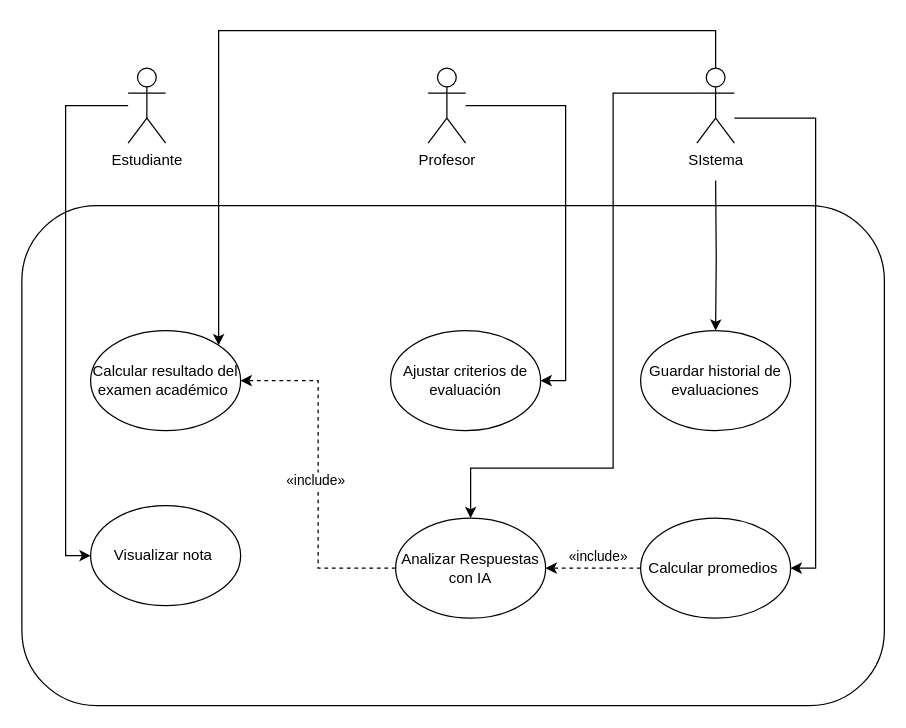
Juanb7737/calificia keeps this draw.io diagram as docs/usecases/Diagrama sin título.drawio. Above is the earlier version. Source tidied: cells renumbered, new cells numbered last; positions are measured from the earlier drawing's top-left corner, leaving out a move shared by most shapes. Both pictures are drawn from the tidied source at 125%, with x=0, y=0 at pixel (21, 30).
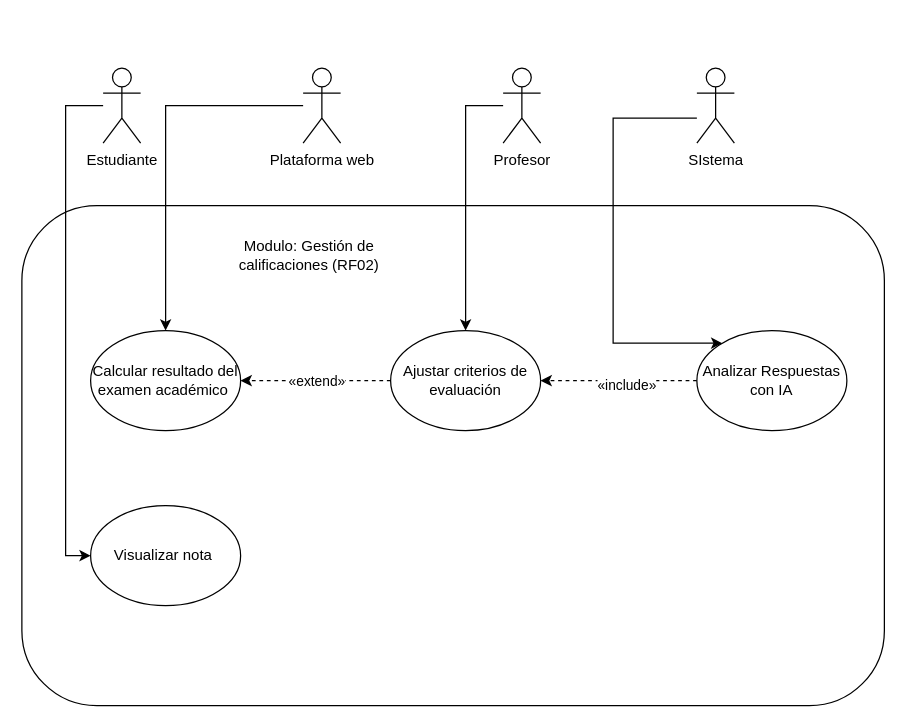
The same diagram, later.

The change refers to these unchanged cells:
```xml
<mxCell id="3" value="Calcular resultado del examen académico&amp;nbsp;" style="ellipse;whiteSpace=wrap;html=1;" parent="1" vertex="1">
  <mxGeometry x="55" y="240" width="120" height="80" as="geometry" />
</mxCell>
<mxCell id="8" value="Ajustar criterios de evaluación" style="ellipse;whiteSpace=wrap;html=1;" parent="1" vertex="1">
  <mxGeometry x="295" y="240" width="120" height="80" as="geometry" />
</mxCell>
<mxCell id="19" value="SIstema" style="shape=umlActor;verticalLabelPosition=bottom;verticalAlign=top;html=1;outlineConnect=0;" parent="1" vertex="1">
  <mxGeometry x="540" y="30" width="30" height="60" as="geometry" />
</mxCell>
```

What changed in the source:
```diff
@@
-    <mxCell id="4" style="edgeStyle=orthogonalEdgeStyle;rounded=0;jettySize=auto;html=1;entryX=1;entryY=0.5;entryDx=0;entryDy=0;dashed=1;" parent="1" edge="1" source="6" target="3">
-      <mxGeometry relative="1" as="geometry" />
-    </mxCell>
-    <mxCell id="5" value="«include»" style="edgeLabel;html=1;align=center;verticalAlign=middle;" parent="4" vertex="1">
-      <mxGeometry x="-0.03" y="3" relative="1" as="geometry" />
-    </mxCell>
+    <mxCell id="22" style="edgeStyle=orthogonalEdgeStyle;rounded=0;jettySize=auto;html=1;entryX=1;entryY=0.5;entryDx=0;entryDy=0;dashed=1;" parent="1" edge="1" source="6" target="8">
+      <mxGeometry relative="1" as="geometry" />
+    </mxCell>
+    <mxCell id="23" value="«include»" style="edgeLabel;html=1;align=center;verticalAlign=middle;" parent="22" vertex="1">
+      <mxGeometry x="-0.08" y="3" relative="1" as="geometry">
+        <mxPoint x="1" as="offset" />
+      </mxGeometry>
+    </mxCell>
     <mxCell id="6" value="Analizar Respuestas con IA" style="ellipse;whiteSpace=wrap;html=1;" parent="1" vertex="1">
-      <mxGeometry x="299" y="390" width="120" height="80" as="geometry" />
+      <mxGeometry x="540" y="240" width="120" height="80" as="geometry" />
     </mxCell>
-    <mxCell id="7" value="Guardar historial de evaluaciones" style="ellipse;whiteSpace=wrap;html=1;" parent="1" vertex="1">
-      <mxGeometry x="495" y="240" width="120" height="80" as="geometry" />
-    </mxCell>
+    <mxCell id="24" style="edgeStyle=orthogonalEdgeStyle;rounded=0;jettySize=auto;html=1;entryX=1;entryY=0.5;entryDx=0;entryDy=0;dashed=1;" parent="1" edge="1" source="8" target="3">
+      <mxGeometry relative="1" as="geometry" />
+    </mxCell>
+    <mxCell id="25" value="«extend»" style="edgeLabel;html=1;align=center;verticalAlign=middle;" parent="24" vertex="1">
+      <mxGeometry x="-0.29" y="-1" relative="1" as="geometry">
+        <mxPoint x="-17" y="1" as="offset" />
+      </mxGeometry>
+    </mxCell>
@@
-    <mxCell id="10" style="edgeStyle=orthogonalEdgeStyle;rounded=0;jettySize=auto;html=1;entryX=1;entryY=0.5;entryDx=0;entryDy=0;dashed=1;" parent="1" edge="1" source="12" target="6">
-      <mxGeometry relative="1" as="geometry" />
-    </mxCell>
-    <mxCell id="11" value="«include»" style="edgeLabel;html=1;align=center;verticalAlign=middle;" parent="10" vertex="1">
-      <mxGeometry x="-0.49" y="2" relative="1" as="geometry">
-        <mxPoint x="-16" y="-12" as="offset" />
-      </mxGeometry>
-    </mxCell>
-    <mxCell id="12" value="Calcular promedios&amp;nbsp;" style="ellipse;whiteSpace=wrap;html=1;" parent="1" vertex="1">
-      <mxGeometry x="495" y="390" width="120" height="80" as="geometry" />
-    </mxCell>
@@
     <mxCell id="14" value="Estudiante" style="shape=umlActor;verticalLabelPosition=bottom;verticalAlign=top;html=1;outlineConnect=0;" parent="1" vertex="1">
-      <mxGeometry x="85" y="30" width="30" height="60" as="geometry" />
+      <mxGeometry x="65" y="30" width="30" height="60" as="geometry" />
     </mxCell>
-    <mxCell id="15" style="edgeStyle=orthogonalEdgeStyle;rounded=0;jettySize=auto;html=1;entryX=1;entryY=0.5;entryDx=0;entryDy=0;" parent="1" edge="1" source="16" target="8">
+    <mxCell id="15" style="edgeStyle=orthogonalEdgeStyle;rounded=0;jettySize=auto;html=1;entryX=0.5;entryY=0;entryDx=0;entryDy=0;" parent="1" edge="1" source="16" target="8">
       <mxGeometry relative="1" as="geometry">
         <Array as="points">
-          <mxPoint x="435" y="60" />
-          <mxPoint x="435" y="280" />
+          <mxPoint x="355" y="60" />
         </Array>
       </mxGeometry>
     </mxCell>
     <mxCell id="16" value="Profesor" style="shape=umlActor;verticalLabelPosition=bottom;verticalAlign=top;html=1;outlineConnect=0;" parent="1" vertex="1">
-      <mxGeometry x="325" y="30" width="30" height="60" as="geometry" />
+      <mxGeometry x="385" y="30" width="30" height="60" as="geometry" />
     </mxCell>
-    <mxCell id="17" style="edgeStyle=orthogonalEdgeStyle;rounded=0;jettySize=auto;html=1;entryX=1;entryY=0.5;entryDx=0;entryDy=0;" parent="1" edge="1" source="19" target="12">
-      <mxGeometry relative="1" as="geometry">
-        <Array as="points">
-          <mxPoint x="635" y="70" />
-          <mxPoint x="635" y="430" />
-        </Array>
-      </mxGeometry>
-    </mxCell>
-    <mxCell id="18" style="edgeStyle=orthogonalEdgeStyle;rounded=0;jettySize=auto;html=1;entryX=1;entryY=0;entryDx=0;entryDy=0;" parent="1" edge="1" source="19" target="3">
-      <mxGeometry relative="1" as="geometry">
-        <Array as="points">
-          <mxPoint x="555" />
-          <mxPoint x="157" />
-        </Array>
-      </mxGeometry>
-    </mxCell>
@@
-    <mxCell id="20" style="edgeStyle=orthogonalEdgeStyle;rounded=0;jettySize=auto;html=1;entryX=0.5;entryY=0;entryDx=0;entryDy=0;" parent="1" edge="1" target="7">
-      <mxGeometry relative="1" as="geometry">
-        <mxPoint x="555" y="120" as="sourcePoint" />
-      </mxGeometry>
-    </mxCell>
-    <mxCell id="21" style="edgeStyle=orthogonalEdgeStyle;rounded=0;jettySize=auto;html=1;exitX=0;exitY=0.3333333333333333;exitDx=0;exitDy=0;exitPerimeter=0;" parent="1" edge="1" source="19" target="6">
+    <mxCell id="21" style="edgeStyle=orthogonalEdgeStyle;rounded=0;jettySize=auto;html=1;" parent="1" edge="1" source="19" target="6">
       <mxGeometry relative="1" as="geometry">
         <Array as="points">
-          <mxPoint x="473" y="50" />
-          <mxPoint x="473" y="350" />
-          <mxPoint x="359" y="350" />
+          <mxPoint x="473" y="70" />
+          <mxPoint x="473" y="250" />
         </Array>
       </mxGeometry>
     </mxCell>
+    <mxCell id="26" value="Plataforma web" style="shape=umlActor;verticalLabelPosition=bottom;verticalAlign=top;html=1;outlineConnect=0;" parent="1" vertex="1">
+      <mxGeometry x="225" y="30" width="30" height="60" as="geometry" />
+    </mxCell>
+    <mxCell id="27" style="edgeStyle=orthogonalEdgeStyle;rounded=0;jettySize=auto;html=1;entryX=0.5;entryY=0;entryDx=0;entryDy=0;" parent="1" edge="1" source="26" target="3">
+      <mxGeometry relative="1" as="geometry">
+        <Array as="points">
+          <mxPoint x="115" y="60" />
+        </Array>
+      </mxGeometry>
+    </mxCell>
+    <mxCell id="28" value="Modulo: Gestión de calificaciones (RF02)" style="text;html=1;align=center;verticalAlign=middle;whiteSpace=wrap;rounded=0;" parent="1" vertex="1">
+      <mxGeometry x="145" y="150" width="170" height="60" as="geometry" />
+    </mxCell>
```
